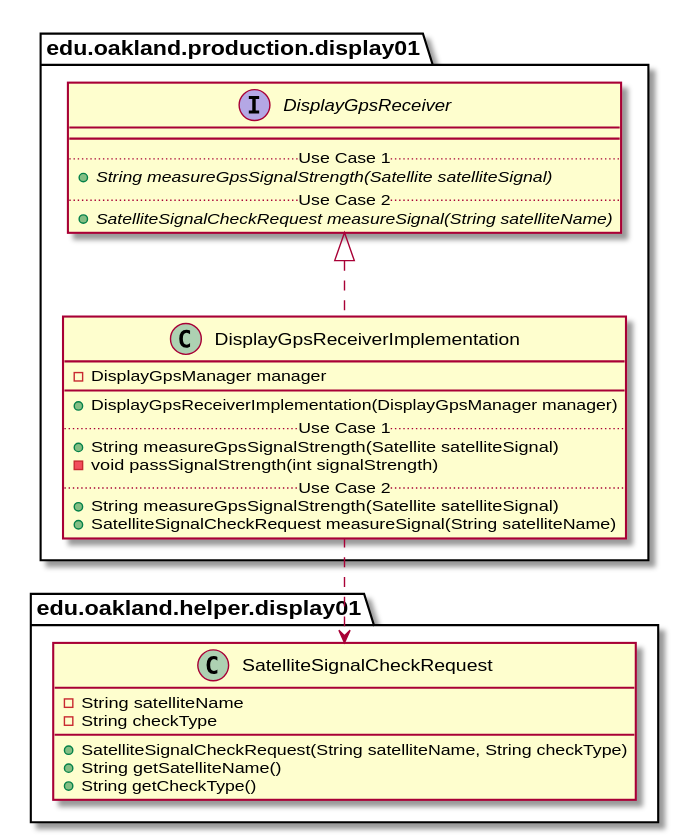
Before: docs/uml-class-diagrams/display01/production/DisplayGpsReceiverImplementation/DisplayGpsReceiverImplementation_DirectDependencies.svg, a diagram exported from PlantUML (andrewdimmer/csi-3370-software-project).
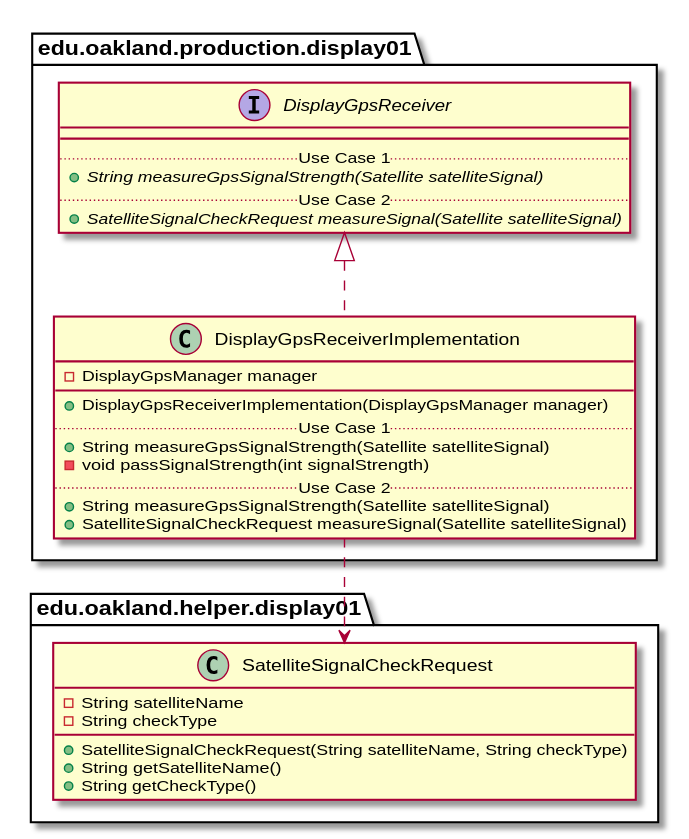
After the commit.

What changed in the source:
```diff
@@ -11,7 +11,7 @@
         - void passSignalStrength(int signalStrength)
         .. Use Case 2 ..
         + String measureGpsSignalStrength(Satellite satelliteSignal)
-        + SatelliteSignalCheckRequest measureSignal(String satelliteName)
+        + SatelliteSignalCheckRequest measureSignal(Satellite satelliteSignal)
     }
 }
 
@@ -23,7 +23,7 @@
         .. Use Case 1 ..
         {abstract} + String measureGpsSignalStrength(Satellite satelliteSignal)
         .. Use Case 2 ..
-        {abstract} + SatelliteSignalCheckRequest measureSignal(String satelliteName)
+        {abstract} + SatelliteSignalCheckRequest measureSignal(Satellite satelliteSignal)
     }
 }
 
```
